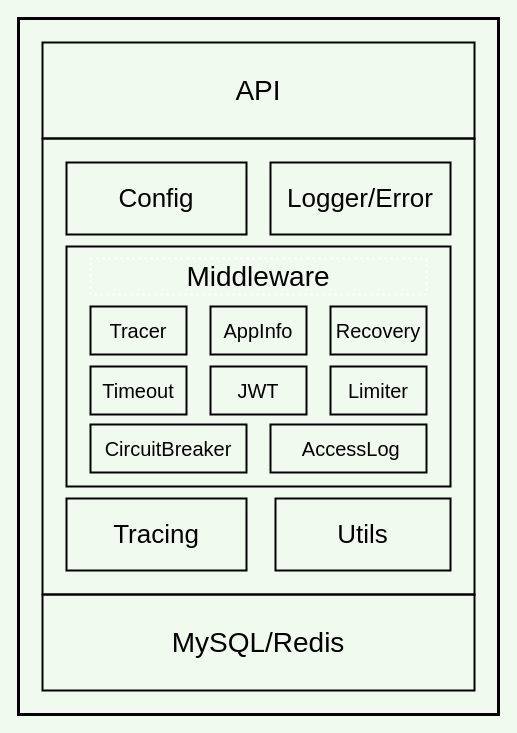
Earlier version of the draw.io diagram docs/drawio/blogie.drawio (i0Ek3/blogie). Source tidied: cells renumbered, new cells numbered last; positions are measured from the earlier drawing's top-left corner, leaving out a move shared by most shapes. Both pictures are drawn from the tidied source at 100%, with x=0, y=0 at pixel (18, 18).
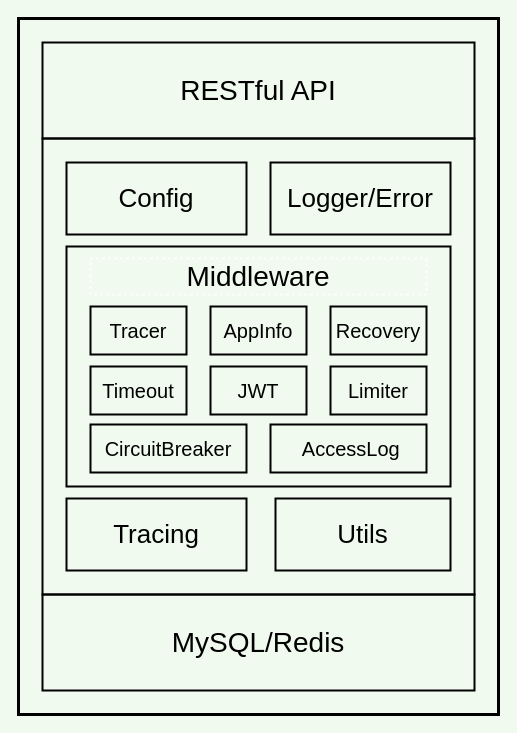
The same diagram, later.

The edit, as a diff of the source:
```diff
@@
 <mxGraphModel background="#F1FAEE">
   <root>
     <mxCell id="0" />
     <mxCell id="1" parent="0" />
     <mxCell id="2" style="rounded=0;whiteSpace=wrap;html=1;fillColor=none;strokeWidth=3;" parent="1" vertex="1">
       <mxGeometry width="480" height="696" as="geometry" />
     </mxCell>
-    <mxCell id="3" value="&lt;font face=&quot;IBM Plex&quot; style=&quot;font-size: 28px;&quot;&gt;API&lt;/font&gt;" style="rounded=0;whiteSpace=wrap;html=1;fillColor=none;strokeWidth=2;" parent="1" vertex="1">
+    <mxCell id="3" value="&lt;font face=&quot;IBM Plex&quot; style=&quot;font-size: 28px;&quot;&gt;RESTful API&lt;/font&gt;" style="rounded=0;whiteSpace=wrap;html=1;fillColor=none;strokeWidth=2;" parent="1" vertex="1">
       <mxGeometry x="24" y="24" width="432" height="96" as="geometry" />
     </mxCell>
     <mxCell id="4" style="rounded=0;whiteSpace=wrap;html=1;fillColor=none;strokeWidth=2;" parent="1" vertex="1">
       <mxGeometry x="24" y="120" width="432" height="456" as="geometry" />
     </mxCell>
     <mxCell id="5" value="&lt;span style=&quot;font-family: &amp;quot;IBM Plex&amp;quot;; font-size: 28px;&quot;&gt;MySQL/Redis&lt;/span&gt;" style="rounded=0;whiteSpace=wrap;html=1;fillColor=none;strokeWidth=2;" parent="1" vertex="1">
       <mxGeometry x="24" y="576" width="432" height="96" as="geometry" />
     </mxCell>
     <mxCell id="6" value="&lt;span style=&quot;font-family: &amp;quot;IBM Plex&amp;quot;;&quot;&gt;&lt;font style=&quot;font-size: 26px;&quot;&gt;Config&lt;/font&gt;&lt;/span&gt;" style="rounded=0;whiteSpace=wrap;html=1;fillColor=none;strokeWidth=2;" parent="1" vertex="1">
       <mxGeometry x="48" y="144" width="180" height="72" as="geometry" />
     </mxCell>
     <mxCell id="7" value="&lt;span style=&quot;font-family: &amp;quot;IBM Plex&amp;quot;;&quot;&gt;&lt;font style=&quot;font-size: 26px;&quot;&gt;Logger/Error&lt;/font&gt;&lt;/span&gt;" style="rounded=0;whiteSpace=wrap;html=1;fillColor=none;strokeWidth=2;" parent="1" vertex="1">
       <mxGeometry x="252" y="144" width="180" height="72" as="geometry" />
     </mxCell>
     <mxCell id="8" style="rounded=0;whiteSpace=wrap;html=1;fillColor=none;strokeWidth=2;" parent="1" vertex="1">
       <mxGeometry x="48" y="228" width="384" height="240" as="geometry" />
     </mxCell>
     <mxCell id="9" value="&lt;span style=&quot;font-family: &amp;quot;IBM Plex&amp;quot;;&quot;&gt;&lt;font style=&quot;font-size: 26px;&quot;&gt;Tracing&lt;/font&gt;&lt;/span&gt;" style="rounded=0;whiteSpace=wrap;html=1;fillColor=none;strokeWidth=2;" parent="1" vertex="1">
       <mxGeometry x="48" y="480" width="180" height="72" as="geometry" />
     </mxCell>
     <mxCell id="10" value="&lt;font style=&quot;font-size: 26px;&quot; face=&quot;IBM Plex&quot;&gt;Utils&lt;/font&gt;" style="rounded=0;whiteSpace=wrap;html=1;fillColor=none;strokeWidth=2;" parent="1" vertex="1">
       <mxGeometry x="257" y="480" width="175" height="72" as="geometry" />
     </mxCell>
     <mxCell id="11" value="&lt;span style=&quot;font-family: &amp;quot;IBM Plex&amp;quot;; font-size: 20px;&quot;&gt;Tracer&lt;/span&gt;" style="rounded=0;whiteSpace=wrap;html=1;fillColor=none;strokeWidth=2;" parent="1" vertex="1">
       <mxGeometry x="72" y="288" width="96" height="48" as="geometry" />
     </mxCell>
     <mxCell id="12" value="&lt;span style=&quot;font-family: &amp;quot;IBM Plex&amp;quot;;&quot;&gt;&lt;font style=&quot;font-size: 20px;&quot;&gt;Timeout&lt;/font&gt;&lt;/span&gt;" style="rounded=0;whiteSpace=wrap;html=1;fillColor=none;strokeWidth=2;" parent="1" vertex="1">
       <mxGeometry x="72" y="348" width="96" height="48" as="geometry" />
     </mxCell>
     <mxCell id="13" value="&lt;span style=&quot;font-family: &amp;quot;IBM Plex&amp;quot;;&quot;&gt;&lt;font style=&quot;font-size: 20px;&quot;&gt;AppInfo&lt;/font&gt;&lt;/span&gt;" style="rounded=0;whiteSpace=wrap;html=1;fillColor=none;strokeWidth=2;" parent="1" vertex="1">
       <mxGeometry x="192" y="288" width="96" height="48" as="geometry" />
     </mxCell>
     <mxCell id="14" value="&lt;span style=&quot;font-family: &amp;quot;IBM Plex&amp;quot;;&quot;&gt;&lt;font style=&quot;font-size: 20px;&quot;&gt;JWT&lt;/font&gt;&lt;/span&gt;" style="rounded=0;whiteSpace=wrap;html=1;fillColor=none;strokeWidth=2;" parent="1" vertex="1">
       <mxGeometry x="192" y="348" width="96" height="48" as="geometry" />
     </mxCell>
     <mxCell id="15" value="&lt;font style=&quot;font-size: 20px;&quot; face=&quot;IBM Plex&quot;&gt;Recovery&lt;/font&gt;" style="rounded=0;whiteSpace=wrap;html=1;fillColor=none;strokeWidth=2;" parent="1" vertex="1">
       <mxGeometry x="312" y="288" width="96" height="48" as="geometry" />
     </mxCell>
     <mxCell id="16" value="&lt;span style=&quot;font-family: &amp;quot;IBM Plex&amp;quot;;&quot;&gt;&lt;font style=&quot;font-size: 20px;&quot;&gt;Limiter&lt;/font&gt;&lt;/span&gt;" style="rounded=0;whiteSpace=wrap;html=1;fillColor=none;strokeWidth=2;" parent="1" vertex="1">
       <mxGeometry x="312" y="348" width="96" height="48" as="geometry" />
     </mxCell>
     <mxCell id="17" value="&lt;span style=&quot;font-family: &amp;quot;IBM Plex&amp;quot;; font-size: 28px;&quot;&gt;Middleware&lt;/span&gt;" style="rounded=0;whiteSpace=wrap;html=1;fillColor=none;strokeWidth=2;dashed=1;dashPattern=1 2;strokeColor=#FFFFFF;" parent="1" vertex="1">
       <mxGeometry x="72" y="240" width="336" height="36" as="geometry" />
     </mxCell>
     <mxCell id="18" value="&lt;span style=&quot;font-family: &amp;quot;IBM Plex&amp;quot;;&quot;&gt;&lt;font style=&quot;font-size: 20px;&quot;&gt;CircuitBreaker&lt;/font&gt;&lt;/span&gt;" style="rounded=0;whiteSpace=wrap;html=1;fillColor=none;strokeWidth=2;" parent="1" vertex="1">
       <mxGeometry x="72" y="406" width="156" height="48" as="geometry" />
     </mxCell>
     <mxCell id="19" value="&lt;span style=&quot;font-family: &amp;quot;IBM Plex&amp;quot;; font-size: 20px;&quot;&gt;&amp;nbsp;&lt;/span&gt;&lt;span style=&quot;font-family: &amp;quot;IBM Plex&amp;quot;;&quot;&gt;&lt;font style=&quot;font-size: 20px;&quot;&gt;AccessLog&lt;/font&gt;&lt;/span&gt;" style="rounded=0;whiteSpace=wrap;html=1;fillColor=none;strokeWidth=2;" parent="1" vertex="1">
       <mxGeometry x="252" y="406" width="156" height="48" as="geometry" />
     </mxCell>
   </root>
 </mxGraphModel>
```
